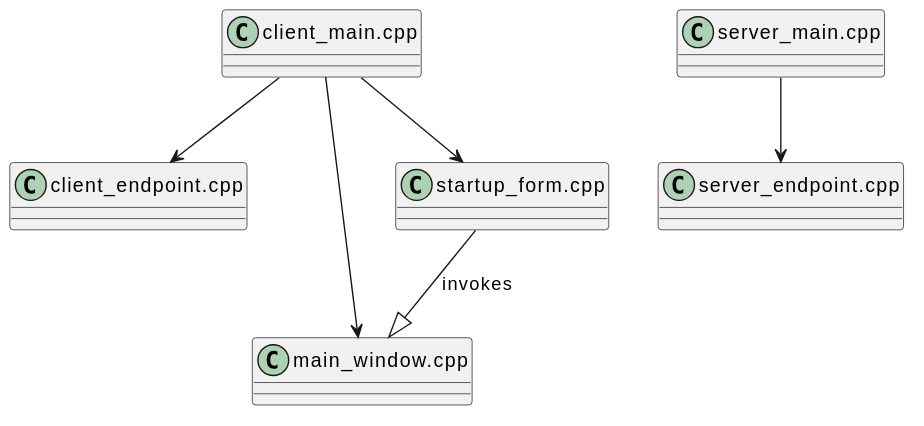
Earlier version of the PlantUML export docs/objects.svg (vaezim/cryptic-writings).
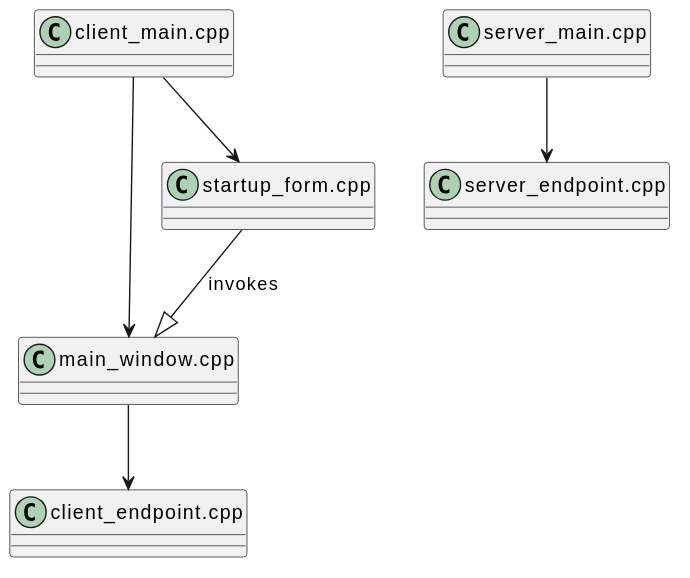
After the commit.

Change to the diagram source:
```diff
@@ -8,10 +8,10 @@
 class main_window as "main_window.cpp"
 class startup_form as "startup_form.cpp"
 
-client_main --> client_endpoint
 client_main --> main_window
 client_main --> startup_form
 startup_form --|> main_window : invokes
+main_window --> client_endpoint
 
 server_main --> server_endpoint
 @enduml
```
